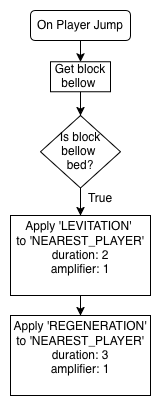
This is tutorials/python-islands/island-7/bed_bouncer/images/Flowchart.png from CausewayDigital/Minecraft-EE-MakeCode, a draw.io export, as it was before one commit. Source tidied: cells renumbered, new cells last; positions are measured from the earlier drawing's top-left corner, leaving out a move shared by most shapes.
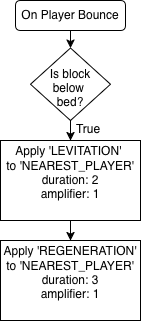
After the commit.

The edit, as a diff of the source:
```diff
@@ -2,35 +2,29 @@
   <root>
     <mxCell id="0" />
     <mxCell id="1" parent="0" />
-    <mxCell id="2" style="edgeStyle=orthogonalEdgeStyle;rounded=0;jettySize=auto;html=1;fontColor=light-dark(#000000, #ededed);" parent="1" edge="1" source="3" target="11">
-      <mxGeometry relative="1" as="geometry" />
-    </mxCell>
+    <mxCell id="12" style="edgeStyle=orthogonalEdgeStyle;rounded=0;jettySize=auto;html=1;exitX=0.5;exitY=1;exitDx=0;exitDy=0;entryX=0.5;entryY=0;entryDx=0;entryDy=0;" parent="1" edge="1" source="3" target="5">
+      <mxGeometry relative="1" as="geometry" />
+    </mxCell>
-    <mxCell id="3" value="On Player Jump" style="rounded=1;whiteSpace=wrap;html=1;fontColor=light-dark(#000000, #ededed);" parent="1" vertex="1">
-      <mxGeometry x="20" width="100" height="30" as="geometry" />
+    <mxCell id="3" value="On Player Bounce" style="rounded=1;whiteSpace=wrap;html=1;" parent="1" vertex="1">
+      <mxGeometry x="90" y="5" width="110" height="30" as="geometry" />
     </mxCell>
-    <mxCell id="4" style="edgeStyle=orthogonalEdgeStyle;rounded=0;jettySize=auto;html=1;fontColor=light-dark(#000000, #ededed);" parent="1" edge="1" source="5" target="7">
+    <mxCell id="4" style="edgeStyle=orthogonalEdgeStyle;rounded=0;jettySize=auto;html=1;" parent="1" edge="1" source="5" target="7">
       <mxGeometry relative="1" as="geometry" />
     </mxCell>
-    <mxCell id="5" value="&lt;div&gt;Is block&lt;/div&gt;&lt;div&gt;bellow&amp;nbsp;&lt;/div&gt;&lt;div&gt;bed?&lt;/div&gt;" style="rhombus;whiteSpace=wrap;html=1;fontColor=light-dark(#000000, #ededed);" parent="1" vertex="1">
-      <mxGeometry x="30" y="105" width="80" height="72.5" as="geometry" />
+    <mxCell id="5" value="&lt;div&gt;Is block&lt;/div&gt;&lt;div&gt;below&amp;nbsp;&lt;/div&gt;&lt;div&gt;bed?&lt;/div&gt;" style="rhombus;whiteSpace=wrap;html=1;spacingTop=8;" parent="1" vertex="1">
+      <mxGeometry x="105" y="52.5" width="80" height="72.5" as="geometry" />
     </mxCell>
     <mxCell id="6" style="edgeStyle=orthogonalEdgeStyle;rounded=0;jettySize=auto;html=1;" parent="1" edge="1" source="7" target="8">
       <mxGeometry relative="1" as="geometry" />
     </mxCell>
-    <mxCell id="7" value="&lt;div align=&quot;center&quot;&gt;Apply 'LEVITATION'&amp;nbsp;&lt;/div&gt;&lt;div align=&quot;center&quot;&gt;to 'NEAREST_PLAYER'&lt;/div&gt;&lt;div align=&quot;center&quot;&gt;duration: 2&lt;/div&gt;&lt;div align=&quot;center&quot;&gt;amplifier: 1&lt;/div&gt;&lt;div&gt;&lt;span style=&quot;font-family: monospace; font-size: 0px;&quot;&gt;%3CmxGraphModel%3E%3Croot%3E%3CmxCell%20id%3D%220%22%2F%3E%3CmxCell%20id%3D%221%22%20parent%3D%220%22%2F%3E%3CmxCell%20id%3D%222%22%20value%3D%22On%20Player%20Jump%22%20style%3D%22rounded%3D1%3BwhiteSpace%3Dwrap%3Bhtml%3D1%3B%22%20vertex%3D%221%22%20parent%3D%221%22%3E%3CmxGeometry%20x%3D%22540%22%20y%3D%22280%22%20width%3D%22120%22%20height%3D%2240%22%20as%3D%22geometry%22%2F%3E%3C%2FmxCell%3E%3C%2Froot%3E%3C%2FmxGraphMod&lt;/span&gt;&lt;/div&gt;" style="rounded=0;whiteSpace=wrap;html=1;fontColor=light-dark(#000000, #ededed);" parent="1" vertex="1">
-      <mxGeometry y="205" width="140" height="80" as="geometry" />
+    <mxCell id="7" value="&lt;div align=&quot;center&quot;&gt;Apply 'LEVITATION'&amp;nbsp;&lt;/div&gt;&lt;div align=&quot;center&quot;&gt;to 'NEAREST_PLAYER'&lt;/div&gt;&lt;div align=&quot;center&quot;&gt;duration: 2&lt;/div&gt;&lt;div align=&quot;center&quot;&gt;amplifier: 1&lt;/div&gt;&lt;div&gt;&lt;span style=&quot;color: rgba(0, 0, 0, 0); font-family: monospace; font-size: 0px;&quot;&gt;%3CmxGraphModel%3E%3Croot%3E%3CmxCell%20id%3D%220%22%2F%3E%3CmxCell%20id%3D%221%22%20parent%3D%220%22%2F%3E%3CmxCell%20id%3D%222%22%20value%3D%22On%20Player%20Jump%22%20style%3D%22rounded%3D1%3BwhiteSpace%3Dwrap%3Bhtml%3D1%3B%22%20vertex%3D%221%22%20parent%3D%221%22%3E%3CmxGeometry%20x%3D%22540%22%20y%3D%22280%22%20width%3D%22120%22%20height%3D%2240%22%20as%3D%22geometry%22%2F%3E%3C%2FmxCell%3E%3C%2Froot%3E%3C%2FmxGraphMod&lt;/span&gt;&lt;/div&gt;" style="rounded=0;whiteSpace=wrap;html=1;" parent="1" vertex="1">
+      <mxGeometry x="75" y="145" width="140" height="80" as="geometry" />
     </mxCell>
     <mxCell id="8" value="&lt;div&gt;Apply 'REGENERATION'&lt;/div&gt;&lt;div&gt;to 'NEAREST_PLAYER'&lt;/div&gt;&lt;div&gt;duration: 3&lt;/div&gt;&lt;div&gt;amplifier: 1&lt;/div&gt;&lt;div&gt;&lt;span style=&quot;color: rgba(0, 0, 0, 0); font-family: monospace; font-size: 0px;&quot;&gt;Ddur%3CmxGraphModel%3E%3Croot%3E%3CmxCell%20id%3D%220%22%2F%3E%3CmxCell%20id%3D%221%22%20parent%3D%220%22%2F%3E%3CmxCell%20id%3D%222%22%20value%3D%22On%20Player%20Jump%22%20style%3D%22rounded%3D1%3BwhiteSpace%3Dwrap%3Bhtml%3D1%3B%22%20vertex%3D%221%22%20parent%3D%221%22%3E%3CmxGeometry%20x%3D%22540%22%20y%3D%22280%22%20width%3D%22120%22%20height%3D%2240%22%20as%3D%22geometry%22%2F%3E%3C%2FmxCell%3E%3C%2Froot%3E%3C%2FmxGraphModel%3Ed&lt;/span&gt;&lt;/div&gt;" style="rounded=0;whiteSpace=wrap;html=1;" parent="1" vertex="1">
-      <mxGeometry y="305" width="140" height="80" as="geometry" />
+      <mxGeometry x="75" y="245" width="140" height="80" as="geometry" />
     </mxCell>
-    <mxCell id="9" value="True" style="text;html=1;strokeColor=none;fillColor=none;align=center;verticalAlign=middle;whiteSpace=wrap;rounded=0;fontColor=light-dark(#000000, #ededed);" parent="1" vertex="1">
-      <mxGeometry x="70" y="177.5" width="40" height="20" as="geometry" />
+    <mxCell id="9" value="True" style="text;html=1;strokeColor=none;fillColor=none;align=center;verticalAlign=middle;whiteSpace=wrap;rounded=0;" parent="1" vertex="1">
+      <mxGeometry x="143" y="124" width="40" height="20" as="geometry" />
     </mxCell>
-    <mxCell id="10" style="edgeStyle=orthogonalEdgeStyle;rounded=0;jettySize=auto;html=1;fontColor=light-dark(#000000, #ededed);" parent="1" edge="1" source="11" target="5">
-      <mxGeometry relative="1" as="geometry" />
-    </mxCell>
-    <mxCell id="11" value="Get block bellow&amp;nbsp;" style="rounded=0;whiteSpace=wrap;html=1;fontColor=light-dark(#000000, #ededed);" parent="1" vertex="1">
-      <mxGeometry x="40" y="51.2" width="60" height="30" as="geometry" />
-    </mxCell>
   </root>
 </mxGraphModel>
```
